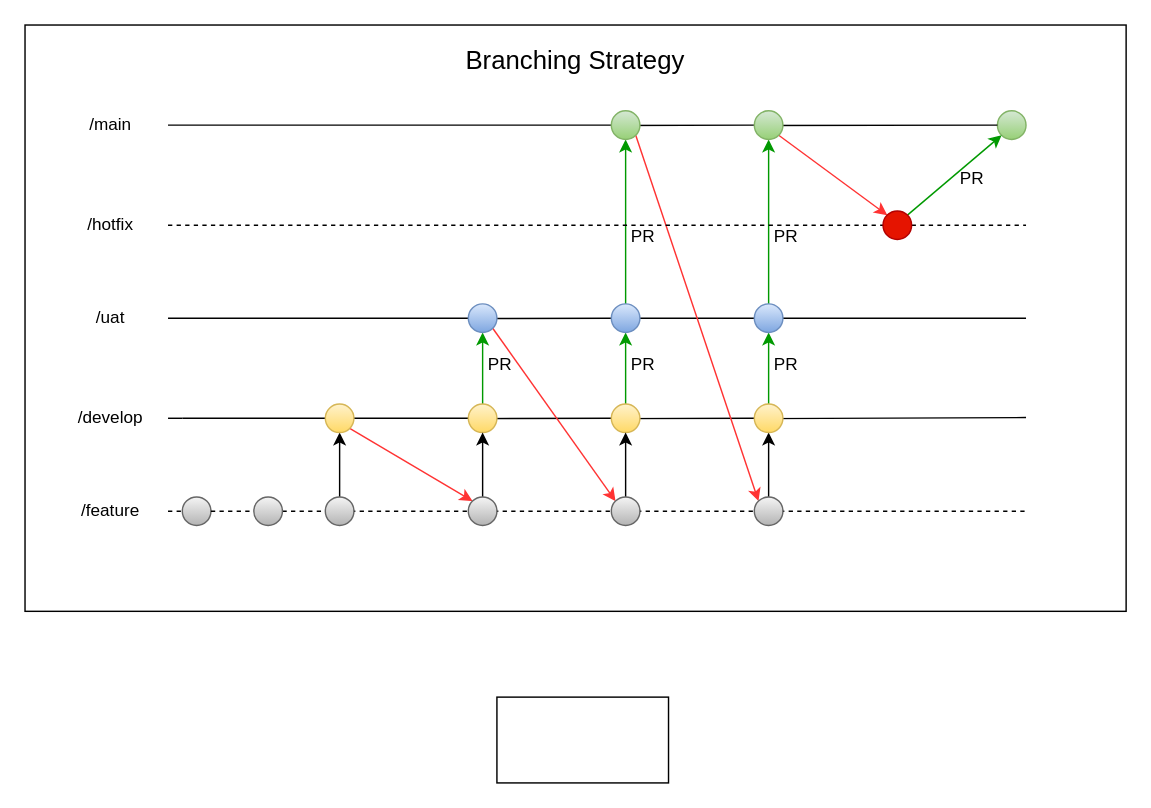
This is branches.drawio from Sri-git-acc/python, a draw.io file, before an edit. Source tidied: cells renumbered, new cells numbered last; positions are measured from the earlier drawing's top-left corner, leaving out a move shared by most shapes. Both pictures are drawn from the tidied source at 143%, with x=0, y=0 at pixel (24, 24).
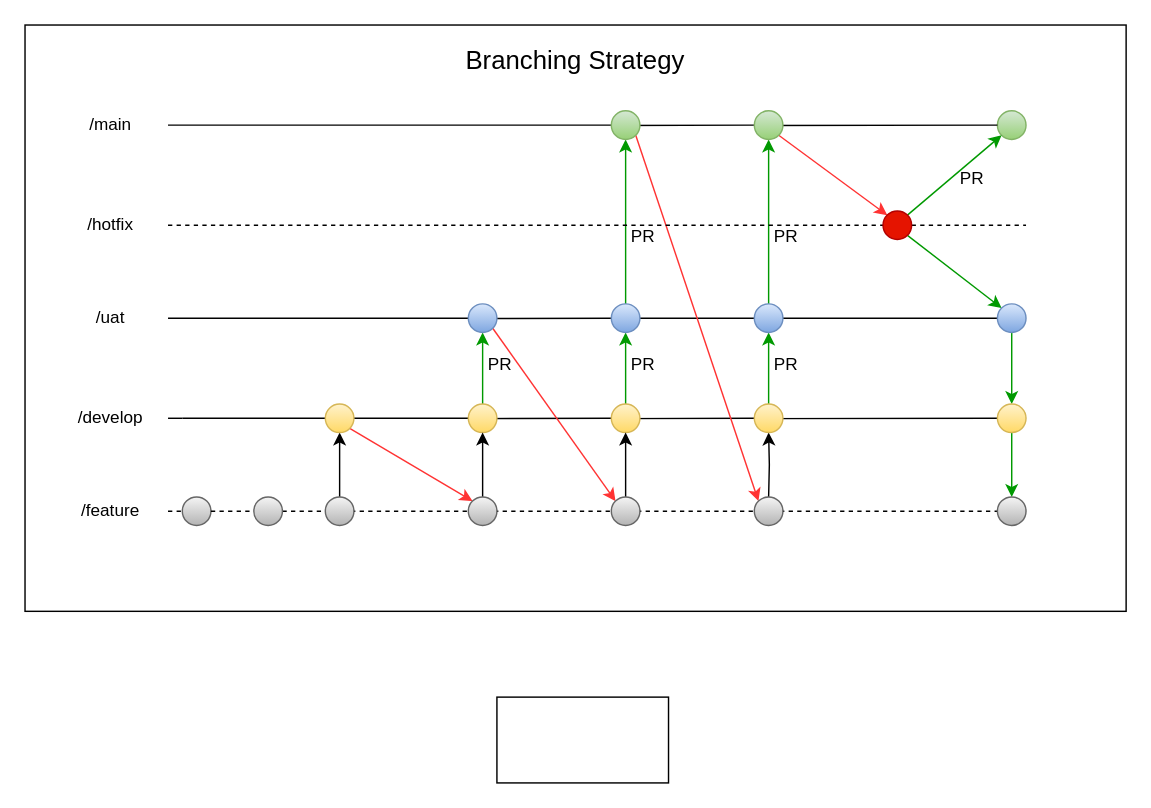
The same page after the edit.

Unchanged cells that the change refers to:
```xml
<mxCell id="38" style="ellipse;whiteSpace=wrap;html=1;fillColor=#d5e8d4;gradientColor=#97d077;strokeColor=#82b366;" parent="1" vertex="1">
  <mxGeometry x="410" y="60" width="20" height="20" as="geometry" />
</mxCell>
<mxCell id="49" style="ellipse;whiteSpace=wrap;html=1;fillColor=#dae8fc;strokeColor=#6c8ebf;gradientColor=#7ea6e0;" parent="1" vertex="1">
  <mxGeometry x="510" y="195" width="20" height="20" as="geometry" />
</mxCell>
<mxCell id="55" style="ellipse;whiteSpace=wrap;html=1;fillColor=#e51400;fontColor=#ffffff;strokeColor=#B20000;" parent="1" vertex="1">
  <mxGeometry x="600" y="130" width="20" height="20" as="geometry" />
</mxCell>
<mxCell id="57" style="ellipse;whiteSpace=wrap;html=1;fillColor=#fff2cc;gradientColor=#ffd966;strokeColor=#d6b656;" parent="1" vertex="1">
  <mxGeometry x="510" y="265" width="20" height="20" as="geometry" />
</mxCell>
<mxCell id="59" style="ellipse;whiteSpace=wrap;html=1;fillColor=#f5f5f5;gradientColor=#b3b3b3;strokeColor=#666666;" parent="1" vertex="1">
  <mxGeometry x="410" y="330" width="20" height="20" as="geometry" />
</mxCell>
```

Diff of the diagram source:
```diff
@@
-    <mxCell id="5" style="endArrow=none;dashed=1;html=1;rounded=0;exitX=0;exitY=0.5;exitDx=0;exitDy=0;" parent="1" edge="1" source="58">
+    <mxCell id="5" style="endArrow=none;dashed=1;html=1;rounded=0;exitX=0;exitY=0.5;exitDx=0;exitDy=0;" parent="1" edge="1" source="79">
       <mxGeometry relative="1" as="geometry">
         <mxPoint x="700" y="340" as="targetPoint" />
       </mxGeometry>
     </mxCell>
@@
-    <mxCell id="37" style="rounded=0;jettySize=auto;html=1;exitX=1;exitY=1;exitDx=0;exitDy=0;entryX=0;entryY=0;entryDx=0;entryDy=0;strokeColor=#FF3333;" parent="1" edge="1" source="38" target="58">
-      <mxGeometry relative="1" as="geometry" />
+    <mxCell id="37" style="rounded=0;jettySize=auto;html=1;exitX=1;exitY=1;exitDx=0;exitDy=0;entryX=0;entryY=0;entryDx=0;entryDy=0;strokeColor=#FF3333;" parent="1" edge="1" source="38">
+      <mxGeometry relative="1" as="geometry">
+        <mxPoint x="512.9" y="332.9" as="targetPoint" />
+      </mxGeometry>
     </mxCell>
@@
-    <mxCell id="41" style="endArrow=none;dashed=1;html=1;rounded=0;exitX=0;exitY=0.5;exitDx=0;exitDy=0;entryX=0;entryY=0.5;entryDx=0;entryDy=0;" parent="1" edge="1" source="59" target="58">
-      <mxGeometry relative="1" as="geometry" />
+    <mxCell id="41" style="endArrow=none;dashed=1;html=1;rounded=0;exitX=0;exitY=0.5;exitDx=0;exitDy=0;entryX=0;entryY=0.5;entryDx=0;entryDy=0;" parent="1" edge="1" source="59">
+      <mxGeometry relative="1" as="geometry">
+        <mxPoint x="510" y="340" as="targetPoint" />
+      </mxGeometry>
     </mxCell>
-    <mxCell id="42" style="edgeStyle=orthogonalEdgeStyle;rounded=0;jettySize=auto;html=1;exitX=0.5;exitY=0;exitDx=0;exitDy=0;entryX=0.5;entryY=1;entryDx=0;entryDy=0;" parent="1" edge="1" source="58" target="57">
-      <mxGeometry relative="1" as="geometry" />
+    <mxCell id="42" style="edgeStyle=orthogonalEdgeStyle;rounded=0;jettySize=auto;html=1;exitX=0.5;exitY=0;exitDx=0;exitDy=0;entryX=0.5;entryY=1;entryDx=0;entryDy=0;" parent="1" edge="1" target="57">
+      <mxGeometry relative="1" as="geometry">
+        <mxPoint x="520" y="330" as="sourcePoint" />
+      </mxGeometry>
     </mxCell>
@@
-    <mxCell id="47" style="endArrow=none;html=1;rounded=0;entryX=0;entryY=0.5;entryDx=0;entryDy=0;" parent="1" edge="1" target="49">
-      <mxGeometry relative="1" as="geometry">
-        <mxPoint x="700" y="205" as="sourcePoint" />
-      </mxGeometry>
+    <mxCell id="47" style="endArrow=none;html=1;rounded=0;entryX=0;entryY=0.5;entryDx=0;entryDy=0;" parent="1" edge="1" source="74" target="49">
+      <mxGeometry relative="1" as="geometry" />
     </mxCell>
@@
+    <mxCell id="71" style="rounded=0;jettySize=auto;html=1;exitX=1;exitY=1;exitDx=0;exitDy=0;entryX=0;entryY=0;entryDx=0;entryDy=0;fillColor=#4D9900;strokeColor=#009900;" parent="1" edge="1" source="55" target="74">
+      <mxGeometry relative="1" as="geometry" />
+    </mxCell>
@@
-    <mxCell id="56" style="endArrow=none;html=1;rounded=0;entryX=0.179;entryY=0.512;entryDx=0;entryDy=0;entryPerimeter=0;" parent="1" edge="1" target="57">
-      <mxGeometry relative="1" as="geometry">
-        <mxPoint x="700" y="274.5" as="sourcePoint" />
-      </mxGeometry>
+    <mxCell id="56" style="endArrow=none;html=1;rounded=0;entryX=0.179;entryY=0.512;entryDx=0;entryDy=0;entryPerimeter=0;" parent="1" edge="1" source="77" target="57">
+      <mxGeometry relative="1" as="geometry" />
     </mxCell>
@@
-    <mxCell id="58" style="ellipse;whiteSpace=wrap;html=1;fillColor=#f5f5f5;gradientColor=#b3b3b3;strokeColor=#666666;" parent="1" vertex="1">
-      <mxGeometry x="510" y="330" width="20" height="20" as="geometry" />
-    </mxCell>
@@
+    <mxCell id="72" style="endArrow=none;html=1;rounded=0;entryX=0;entryY=0.5;entryDx=0;entryDy=0;" parent="1" edge="1" target="74">
+      <mxGeometry relative="1" as="geometry">
+        <mxPoint x="700" y="205" as="sourcePoint" />
+      </mxGeometry>
+    </mxCell>
+    <mxCell id="73" style="edgeStyle=orthogonalEdgeStyle;rounded=0;jettySize=auto;html=1;exitX=0.5;exitY=1;exitDx=0;exitDy=0;entryX=0.5;entryY=0;entryDx=0;entryDy=0;fillColor=#009900;strokeColor=#009900;" parent="1" edge="1" source="74" target="77">
+      <mxGeometry relative="1" as="geometry" />
+    </mxCell>
+    <mxCell id="74" style="ellipse;whiteSpace=wrap;html=1;fillColor=#dae8fc;strokeColor=#6c8ebf;gradientColor=#7ea6e0;" parent="1" vertex="1">
+      <mxGeometry x="680" y="195" width="20" height="20" as="geometry" />
+    </mxCell>
+    <mxCell id="75" style="endArrow=none;html=1;rounded=0;entryX=0.179;entryY=0.512;entryDx=0;entryDy=0;entryPerimeter=0;" parent="1" edge="1" target="77">
+      <mxGeometry relative="1" as="geometry">
+        <mxPoint x="700" y="274.5" as="sourcePoint" />
+      </mxGeometry>
+    </mxCell>
+    <mxCell id="76" style="edgeStyle=orthogonalEdgeStyle;rounded=0;jettySize=auto;html=1;exitX=0.5;exitY=1;exitDx=0;exitDy=0;entryX=0.5;entryY=0;entryDx=0;entryDy=0;strokeColor=#009900;" parent="1" edge="1" source="77" target="79">
+      <mxGeometry relative="1" as="geometry" />
+    </mxCell>
+    <mxCell id="77" style="ellipse;whiteSpace=wrap;html=1;fillColor=#fff2cc;gradientColor=#ffd966;strokeColor=#d6b656;" parent="1" vertex="1">
+      <mxGeometry x="680" y="265" width="20" height="20" as="geometry" />
+    </mxCell>
+    <mxCell id="78" style="endArrow=none;dashed=1;html=1;rounded=0;exitX=0;exitY=0.5;exitDx=0;exitDy=0;" parent="1" edge="1" source="58" target="79">
+      <mxGeometry relative="1" as="geometry" />
+    </mxCell>
+    <mxCell id="79" style="ellipse;whiteSpace=wrap;html=1;fillColor=#f5f5f5;gradientColor=#b3b3b3;strokeColor=#666666;" parent="1" vertex="1">
+      <mxGeometry x="680" y="330" width="20" height="20" as="geometry" />
+    </mxCell>
+    <mxCell id="80" style="endArrow=none;dashed=1;html=1;rounded=0;exitX=0;exitY=0.5;exitDx=0;exitDy=0;" parent="1" edge="1" target="58">
+      <mxGeometry relative="1" as="geometry">
+        <mxPoint x="510" y="340" as="sourcePoint" />
+      </mxGeometry>
+    </mxCell>
+    <mxCell id="58" style="ellipse;whiteSpace=wrap;html=1;fillColor=#f5f5f5;gradientColor=#b3b3b3;strokeColor=#666666;" parent="1" vertex="1">
+      <mxGeometry x="510" y="330" width="20" height="20" as="geometry" />
+    </mxCell>
```
